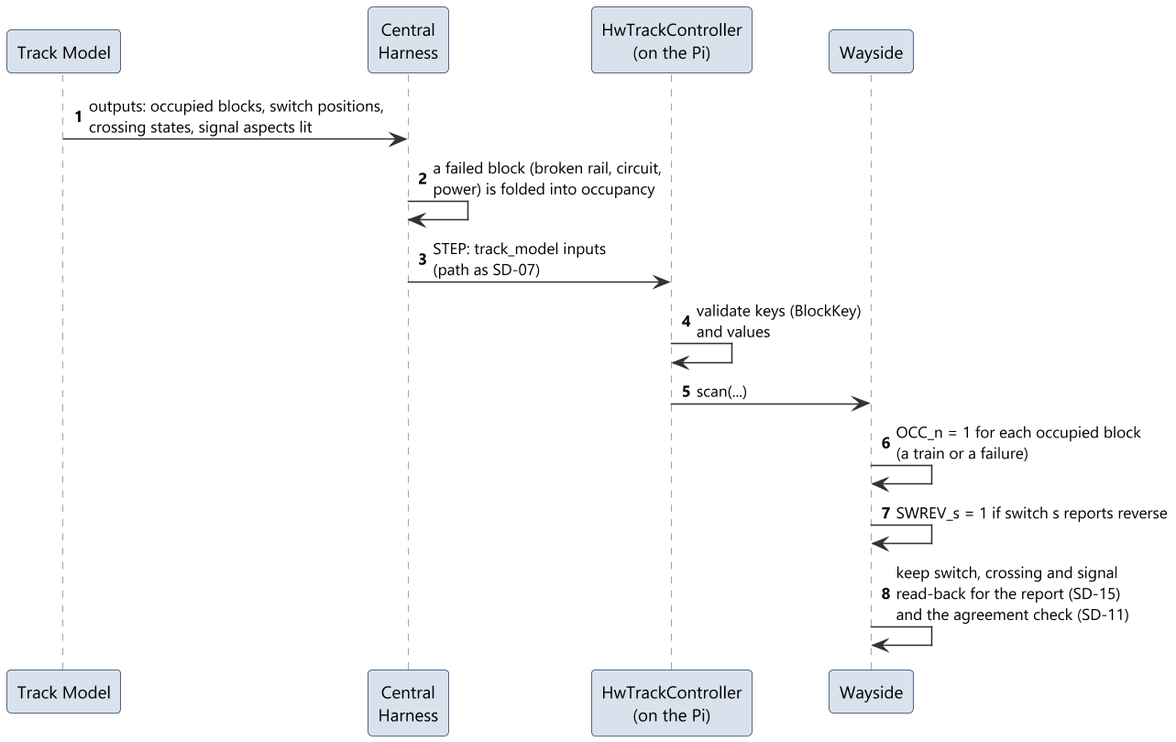
Earlier version of the PlantUML export documents/uml/track_ctrl_hw/sd10_track_state.png (Landiss04/Track-Overflow).
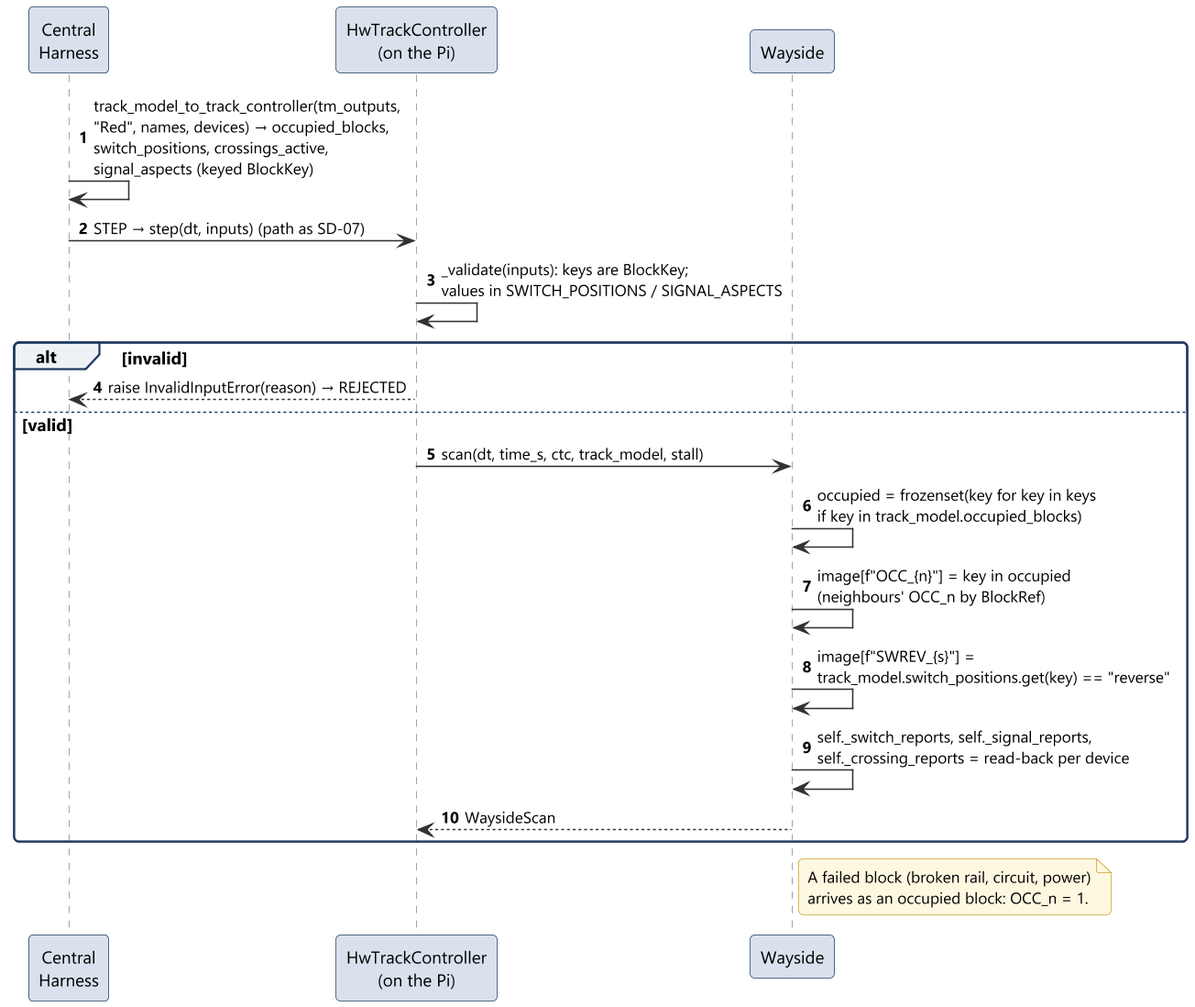
Above is the later version.

Diff of the diagram source:
```diff
@@ -2,17 +2,25 @@
 !include ../style.iuml
 autonumber
 
-participant "Track Model" as TM
 participant "Central\nHarness" as H
 participant "HwTrackController\n(on the Pi)" as Ctrl
 participant "Wayside" as W
 
-TM -> H : outputs: occupied blocks, switch positions,\ncrossing states, signal aspects lit
-H -> H : a failed block (broken rail, circuit,\npower) is folded into occupancy
-H -> Ctrl : STEP: track_model inputs\n(path as SD-07)
-Ctrl -> Ctrl : validate keys (BlockKey)\nand values
-Ctrl -> W : scan(...)
-W -> W : OCC_n = 1 for each occupied block\n(a train or a failure)
-W -> W : SWREV_s = 1 if switch s reports reverse
-W -> W : keep switch, crossing and signal\nread-back for the report (SD-15)\nand the agreement check (SD-11)
+H -> H : track_model_to_track_controller(tm_outputs,\n"Red", names, devices) → occupied_blocks,\nswitch_positions, crossings_active,\nsignal_aspects (keyed BlockKey)
+H -> Ctrl : STEP → step(dt, inputs) (path as SD-07)
+Ctrl -> Ctrl : _validate(inputs): keys are BlockKey;\nvalues in SWITCH_POSITIONS / SIGNAL_ASPECTS
+alt invalid
+  Ctrl --> H : raise InvalidInputError(reason) → REJECTED
+else valid
+  Ctrl -> W : scan(dt, time_s, ctc, track_model, stall)
+  W -> W : occupied = frozenset(key for key in keys\nif key in track_model.occupied_blocks)
+  W -> W : image[f"OCC_{n}"] = key in occupied\n(neighbours' OCC_n by BlockRef)
+  W -> W : image[f"SWREV_{s}"] =\ntrack_model.switch_positions.get(key) == "reverse"
+  W -> W : self._switch_reports, self._signal_reports,\nself._crossing_reports = read-back per device
+  W --> Ctrl : WaysideScan
+end
+note right of W
+  A failed block (broken rail, circuit, power)
+  arrives as an occupied block: OCC_n = 1.
+end note
 @enduml
```
